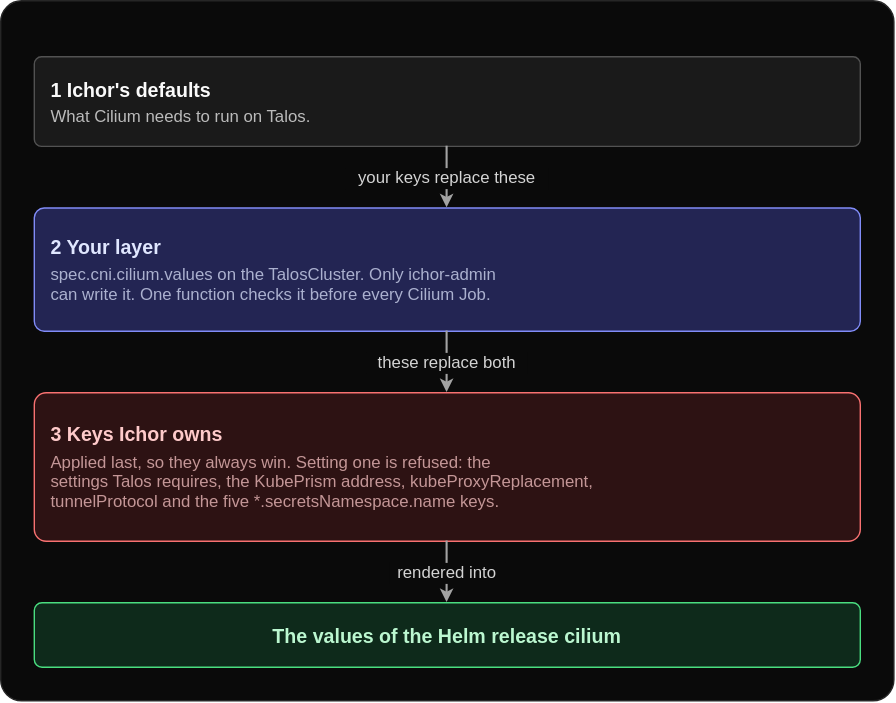
Above: docs/images/cni-values.dark.drawio.svg in maeshinshin/ichor (draw.io), before the change. Source tidied: cells renumbered, new cells last; positions are measured from the earlier drawing's top-left corner, leaving out a move shared by most shapes. Its diagram source:
```xml
<mxGraphModel>
  <root>
    <mxCell id="0" style="html=0;" />
    <mxCell id="1" style="html=0;" parent="0" />
    <mxCell id="2" style="rounded=1;arcSize=3;fillColor=light-dark(#FFFFFF,#0A0A0A);strokeColor=light-dark(#E5E5E5,#262626);strokeWidth=1;fontColor=light-dark(#171717,#FAFAFA);fontFamily=Helvetica;fontSize=14;align=center;verticalAlign=middle;html=0;" parent="1" vertex="1">
      <mxGeometry width="638" height="500" as="geometry" />
    </mxCell>
    <mxCell id="3" style="rounded=1;arcSize=8;fillColor=light-dark(#FFFFFF,#1A1A1A);strokeColor=light-dark(#A3A3A3,#525252);strokeWidth=1;fontColor=light-dark(#171717,#FAFAFA);fontFamily=Helvetica;fontSize=14;align=center;verticalAlign=middle;html=0;" parent="1" vertex="1">
      <mxGeometry x="24" y="40" width="590" height="64" as="geometry" />
    </mxCell>
    <mxCell id="4" value="1  Ichor's defaults" style="html=0;fillColor=none;strokeColor=none;fontFamily=Helvetica;fontSize=14;fontColor=light-dark(#171717,#FAFAFA);align=left;spacingLeft=12;spacingRight=8;verticalAlign=middle;spacing=0;fontStyle=1;" parent="3" vertex="1">
      <mxGeometry y="14.5" width="590" height="17" as="geometry" />
    </mxCell>
    <mxCell id="5" value="What Cilium needs to run on Talos." style="html=0;fillColor=none;strokeColor=none;fontFamily=Helvetica;fontSize=12;fontColor=light-dark(#171717,#FAFAFA);align=left;spacingLeft=12;spacingRight=8;verticalAlign=middle;spacing=0;textOpacity=72;" parent="3" vertex="1">
      <mxGeometry y="34.5" width="590" height="15" as="geometry" />
    </mxCell>
    <mxCell id="6" style="rounded=1;arcSize=8;fillColor=light-dark(#EEF2FF,#232553);strokeColor=light-dark(#6366F1,#818CF8);strokeWidth=1;fontColor=light-dark(#1E1B4B,#E0E7FF);fontFamily=Helvetica;fontSize=14;align=center;verticalAlign=middle;html=0;" parent="1" vertex="1">
      <mxGeometry x="24" y="148" width="590" height="88" as="geometry" />
    </mxCell>
    <mxCell id="7" value="2  Your layer" style="html=0;fillColor=none;strokeColor=none;fontFamily=Helvetica;fontSize=14;fontColor=light-dark(#1E1B4B,#E0E7FF);align=left;spacingLeft=12;spacingRight=8;verticalAlign=middle;spacing=0;fontStyle=1;" parent="6" vertex="1">
      <mxGeometry y="19" width="590" height="17" as="geometry" />
    </mxCell>
    <mxCell id="8" value="spec.cni.cilium.values on the TalosCluster. Only ichor-admin&#10;can write it. One function checks it before every Cilium Job." style="html=0;fillColor=none;strokeColor=none;fontFamily=Helvetica;fontSize=12;fontColor=light-dark(#1E1B4B,#E0E7FF);align=left;spacingLeft=12;spacingRight=8;verticalAlign=middle;spacing=0;textOpacity=72;" parent="6" vertex="1">
      <mxGeometry y="39" width="590" height="30" as="geometry" />
    </mxCell>
    <mxCell id="9" style="rounded=1;arcSize=8;fillColor=light-dark(#FEF2F2,#2D1213);strokeColor=light-dark(#DC2626,#F87171);strokeWidth=1;fontColor=light-dark(#7F1D1D,#FECACA);fontFamily=Helvetica;fontSize=14;align=center;verticalAlign=middle;html=0;" parent="1" vertex="1">
      <mxGeometry x="24" y="280" width="590" height="106" as="geometry" />
    </mxCell>
    <mxCell id="10" value="3  Keys Ichor owns" style="html=0;fillColor=none;strokeColor=none;fontFamily=Helvetica;fontSize=14;fontColor=light-dark(#7F1D1D,#FECACA);align=left;spacingLeft=12;spacingRight=8;verticalAlign=middle;spacing=0;fontStyle=1;" parent="9" vertex="1">
      <mxGeometry y="20.5" width="590" height="17" as="geometry" />
    </mxCell>
    <mxCell id="11" value="Applied last, so they always win. Setting one is refused: the&#10;settings Talos requires, the KubePrism address, kubeProxyReplacement,&#10;tunnelProtocol and the five *.secretsNamespace.name keys." style="html=0;fillColor=none;strokeColor=none;fontFamily=Helvetica;fontSize=12;fontColor=light-dark(#7F1D1D,#FECACA);align=left;spacingLeft=12;spacingRight=8;verticalAlign=middle;spacing=0;textOpacity=72;" parent="9" vertex="1">
      <mxGeometry y="40.5" width="590" height="45" as="geometry" />
    </mxCell>
    <mxCell id="12" style="rounded=1;arcSize=12;fillColor=light-dark(#F0FDF4,#0E2A1B);strokeColor=light-dark(#16A34A,#4ADE80);strokeWidth=1;fontColor=light-dark(#14532D,#BBF7D0);fontFamily=Helvetica;fontSize=14;align=center;verticalAlign=middle;html=0;" parent="1" vertex="1">
      <mxGeometry x="24" y="430" width="590" height="46" as="geometry" />
    </mxCell>
    <mxCell id="13" value="The values of the Helm release cilium" style="html=0;fillColor=none;strokeColor=none;fontFamily=Helvetica;fontSize=14;fontColor=light-dark(#14532D,#BBF7D0);align=center;verticalAlign=middle;spacing=0;fontStyle=1;" parent="12" vertex="1">
      <mxGeometry y="14.5" width="590" height="17" as="geometry" />
    </mxCell>
    <mxCell id="14" value="your keys replace these" style="edgeStyle=orthogonalEdgeStyle;rounded=1;jettySize=auto;strokeColor=light-dark(#737373,#A3A3A3);strokeWidth=1.5;endArrow=classic;endFill=1;endSize=5;startArrow=none;startFill=1;startSize=5;fontColor=light-dark(#404040,#D4D4D4);fontFamily=Helvetica;fontSize=12;labelBackgroundColor=light-dark(#FFFFFF,#0A0A0A);exitX=0.5;exitY=1;exitDx=0;exitDy=0;entryX=0.5;entryY=0;entryDx=0;entryDy=0;html=0;" parent="1" edge="1" source="3" target="6">
      <mxGeometry relative="1" as="geometry" />
    </mxCell>
    <mxCell id="15" value="these replace both" style="edgeStyle=orthogonalEdgeStyle;rounded=1;jettySize=auto;strokeColor=light-dark(#737373,#A3A3A3);strokeWidth=1.5;endArrow=classic;endFill=1;endSize=5;startArrow=none;startFill=1;startSize=5;fontColor=light-dark(#404040,#D4D4D4);fontFamily=Helvetica;fontSize=12;labelBackgroundColor=light-dark(#FFFFFF,#0A0A0A);exitX=0.5;exitY=1;exitDx=0;exitDy=0;entryX=0.5;entryY=0;entryDx=0;entryDy=0;html=0;" parent="1" edge="1" source="6" target="9">
      <mxGeometry relative="1" as="geometry" />
    </mxCell>
    <mxCell id="16" value="rendered into" style="edgeStyle=orthogonalEdgeStyle;rounded=1;jettySize=auto;strokeColor=light-dark(#737373,#A3A3A3);strokeWidth=1.5;endArrow=classic;endFill=1;endSize=5;startArrow=none;startFill=1;startSize=5;fontColor=light-dark(#404040,#D4D4D4);fontFamily=Helvetica;fontSize=12;labelBackgroundColor=light-dark(#FFFFFF,#0A0A0A);exitX=0.5;exitY=1;exitDx=0;exitDy=0;entryX=0.5;entryY=0;entryDx=0;entryDy=0;html=0;" parent="1" edge="1" source="9" target="12">
      <mxGeometry relative="1" as="geometry" />
    </mxCell>
  </root>
</mxGraphModel>
```
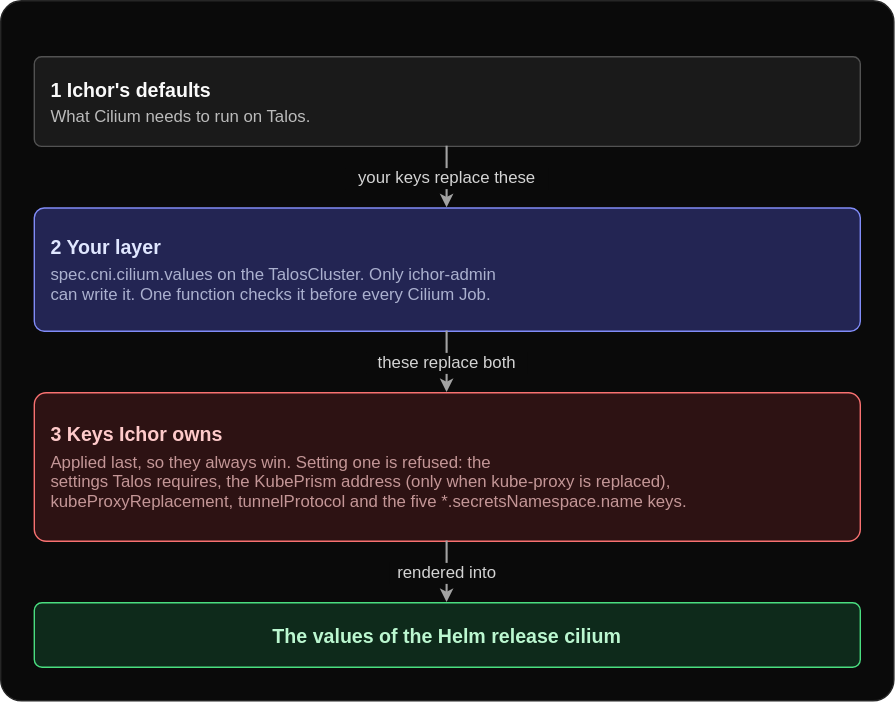
The same file after the commit.

Commit message:
docs(diagrams): the Cilium values figure sets the KubePrism address only when kube-proxy is replaced

Change to the diagram source:
```diff
@@ -29,7 +29,7 @@
     <mxCell id="10" value="3  Keys Ichor owns" style="html=0;fillColor=none;strokeColor=none;fontFamily=Helvetica;fontSize=14;fontColor=light-dark(#7F1D1D,#FECACA);align=left;spacingLeft=12;spacingRight=8;verticalAlign=middle;spacing=0;fontStyle=1;" parent="9" vertex="1">
       <mxGeometry y="20.5" width="590" height="17" as="geometry" />
     </mxCell>
-    <mxCell id="11" value="Applied last, so they always win. Setting one is refused: the&#10;settings Talos requires, the KubePrism address, kubeProxyReplacement,&#10;tunnelProtocol and the five *.secretsNamespace.name keys." style="html=0;fillColor=none;strokeColor=none;fontFamily=Helvetica;fontSize=12;fontColor=light-dark(#7F1D1D,#FECACA);align=left;spacingLeft=12;spacingRight=8;verticalAlign=middle;spacing=0;textOpacity=72;" parent="9" vertex="1">
+    <mxCell id="11" value="Applied last, so they always win. Setting one is refused: the&#10;settings Talos requires, the KubePrism address (only when kube-proxy is replaced),&#10;kubeProxyReplacement, tunnelProtocol and the five *.secretsNamespace.name keys." style="html=0;fillColor=none;strokeColor=none;fontFamily=Helvetica;fontSize=12;fontColor=light-dark(#7F1D1D,#FECACA);align=left;spacingLeft=12;spacingRight=8;verticalAlign=middle;spacing=0;textOpacity=72;" parent="9" vertex="1">
       <mxGeometry y="40.5" width="590" height="45" as="geometry" />
     </mxCell>
     <mxCell id="12" style="rounded=1;arcSize=12;fillColor=light-dark(#F0FDF4,#0E2A1B);strokeColor=light-dark(#16A34A,#4ADE80);strokeWidth=1;fontColor=light-dark(#14532D,#BBF7D0);fontFamily=Helvetica;fontSize=14;align=center;verticalAlign=middle;html=0;" parent="1" vertex="1">
```
